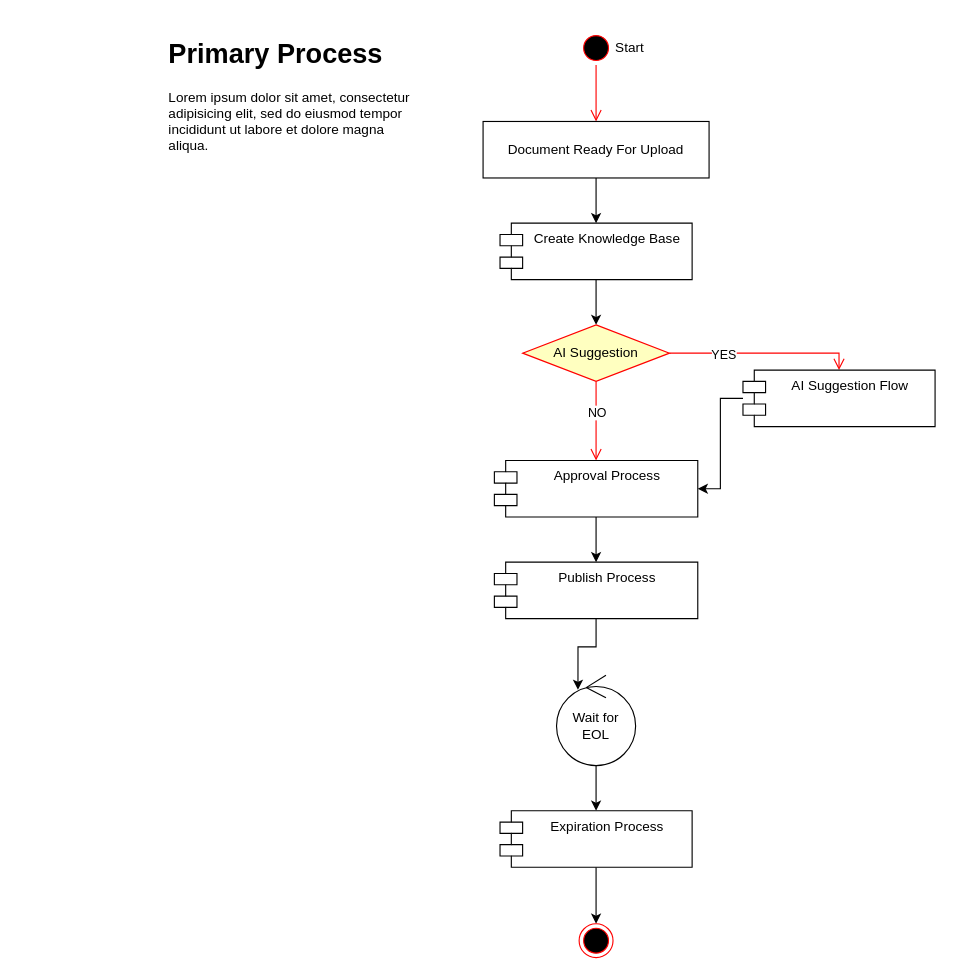
The draw.io diagram AtlasDesign.drawio in vignesh989/Playing_It_Cool, before the edit. Source tidied: cells renumbered, new cells numbered last; positions are measured from the earlier drawing's top-left corner, leaving out a move shared by most shapes. Both pictures are drawn from the tidied source at 113%, with x=0, y=0 at pixel (166, 31).
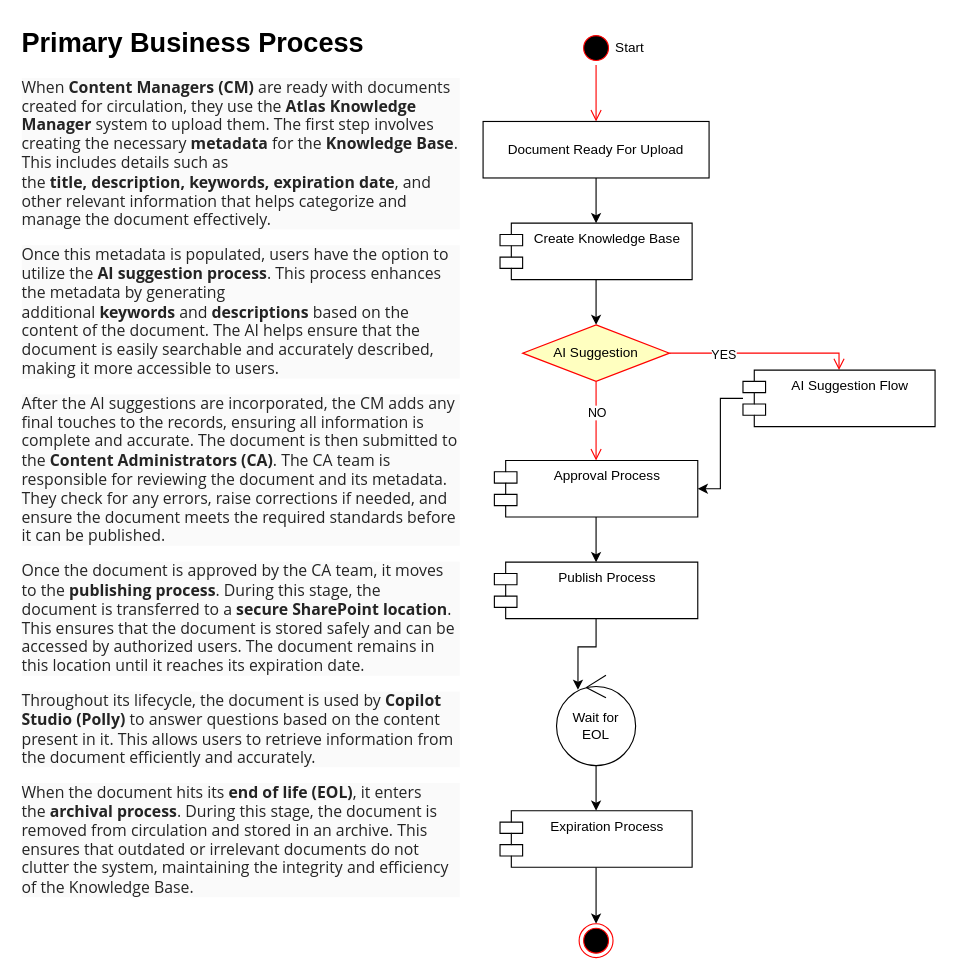
Above is the later version.

Change to the diagram source:
```diff
@@
-    <mxCell id="25" value="&lt;h1 style=&quot;margin-top: 0px;&quot;&gt;Primary Process&lt;/h1&gt;&lt;p&gt;Lorem ipsum dolor sit amet, consectetur adipisicing elit, sed do eiusmod tempor incididunt ut labore et dolore magna aliqua.&lt;/p&gt;" style="text;html=1;whiteSpace=wrap;overflow=hidden;rounded=0;" parent="1" vertex="1">
-      <mxGeometry width="230" height="120" as="geometry" />
+    <mxCell id="25" value="&lt;h1 style=&quot;margin-top: 0px;&quot;&gt;Primary Business Process&lt;/h1&gt;&lt;p style=&quot;margin: 0px 0px 1em; overflow-wrap: break-word; color: rgb(36, 36, 36); font-family: &amp;quot;Segoe UI&amp;quot;, &amp;quot;Segoe UI Web (West European)&amp;quot;, -apple-system, BlinkMacSystemFont, Roboto, &amp;quot;Helvetica Neue&amp;quot;, sans-serif; font-size: 14px; background-color: rgb(250, 250, 250);&quot;&gt;When&amp;nbsp;&lt;b&gt;Content Managers (CM)&lt;/b&gt;&amp;nbsp;are ready with documents created for circulation, they use the&amp;nbsp;&lt;b&gt;Atlas Knowledge Manager&amp;nbsp;&lt;/b&gt;&lt;span style=&quot;font-weight: var(--fontWeightSemibold);&quot;&gt;system&lt;/span&gt;&amp;nbsp;to upload them. The first step involves creating the necessary&amp;nbsp;&lt;b&gt;metadata&amp;nbsp;&lt;/b&gt;for the&amp;nbsp;&lt;b&gt;Knowledge Base&lt;/b&gt;. This includes details such as the&amp;nbsp;&lt;b&gt;title,&amp;nbsp;description,&amp;nbsp;keywords,&amp;nbsp;expiration date&lt;/b&gt;, and other relevant information that helps categorize and manage the document effectively.&lt;/p&gt;&lt;p style=&quot;margin: 0px 0px 1em; overflow-wrap: break-word; color: rgb(36, 36, 36); font-family: &amp;quot;Segoe UI&amp;quot;, &amp;quot;Segoe UI Web (West European)&amp;quot;, -apple-system, BlinkMacSystemFont, Roboto, &amp;quot;Helvetica Neue&amp;quot;, sans-serif; font-size: 14px; background-color: rgb(250, 250, 250);&quot;&gt;Once this metadata is populated, users have the option to utilize the&amp;nbsp;&lt;b&gt;AI suggestion process&lt;/b&gt;. This process enhances the metadata by generating additional&amp;nbsp;&lt;b&gt;keywords&amp;nbsp;&lt;/b&gt;and&amp;nbsp;&lt;b&gt;descriptions&amp;nbsp;&lt;/b&gt;based on the content of the document. The AI helps ensure that the document is easily searchable and accurately described, making it more accessible to users.&lt;/p&gt;&lt;p style=&quot;margin: 0px 0px 1em; overflow-wrap: break-word; color: rgb(36, 36, 36); font-family: &amp;quot;Segoe UI&amp;quot;, &amp;quot;Segoe UI Web (West European)&amp;quot;, -apple-system, BlinkMacSystemFont, Roboto, &amp;quot;Helvetica Neue&amp;quot;, sans-serif; font-size: 14px; background-color: rgb(250, 250, 250);&quot;&gt;After the AI suggestions are incorporated, the CM adds any final touches to the records, ensuring all information is complete and accurate. The document is then submitted to the&amp;nbsp;&lt;b&gt;Content Administrators (CA)&lt;/b&gt;. The CA team is responsible for reviewing the document and its metadata. They check for any errors, raise corrections if needed, and ensure the document meets the required standards before it can be published.&lt;/p&gt;&lt;p style=&quot;margin: 0px 0px 1em; overflow-wrap: break-word; color: rgb(36, 36, 36); font-family: &amp;quot;Segoe UI&amp;quot;, &amp;quot;Segoe UI Web (West European)&amp;quot;, -apple-system, BlinkMacSystemFont, Roboto, &amp;quot;Helvetica Neue&amp;quot;, sans-serif; font-size: 14px; background-color: rgb(250, 250, 250);&quot;&gt;Once the document is approved by the CA team, it moves to the&amp;nbsp;&lt;b&gt;publishing process&lt;/b&gt;. During this stage, the document is transferred to a&amp;nbsp;&lt;b&gt;secure SharePoint location&lt;/b&gt;. This ensures that the document is stored safely and can be accessed by authorized users. The document remains in this location until it reaches its&amp;nbsp;&lt;span style=&quot;font-weight: var(--fontWeightSemibold);&quot;&gt;expiration date&lt;/span&gt;.&lt;/p&gt;&lt;p style=&quot;margin: 0px 0px 1em; overflow-wrap: break-word; color: rgb(36, 36, 36); font-family: &amp;quot;Segoe UI&amp;quot;, &amp;quot;Segoe UI Web (West European)&amp;quot;, -apple-system, BlinkMacSystemFont, Roboto, &amp;quot;Helvetica Neue&amp;quot;, sans-serif; font-size: 14px; background-color: rgb(250, 250, 250);&quot;&gt;Throughout its lifecycle, the document is used by&amp;nbsp;&lt;b&gt;Copilot Studio (Polly)&lt;/b&gt;&amp;nbsp;to answer questions based on the content present in it. This allows users to retrieve information from the document efficiently and accurately.&lt;/p&gt;&lt;p style=&quot;margin: 0px 0px 1em; overflow-wrap: break-word; color: rgb(36, 36, 36); font-family: &amp;quot;Segoe UI&amp;quot;, &amp;quot;Segoe UI Web (West European)&amp;quot;, -apple-system, BlinkMacSystemFont, Roboto, &amp;quot;Helvetica Neue&amp;quot;, sans-serif; font-size: 14px; background-color: rgb(250, 250, 250);&quot;&gt;When the document hits its&amp;nbsp;&lt;b&gt;end of life (EOL)&lt;/b&gt;, it enters the&amp;nbsp;&lt;b&gt;archival process&lt;/b&gt;. During this stage, the document is removed from circulation and stored in an archive. This ensures that outdated or irrelevant documents do not clutter the system, maintaining the integrity and efficiency of the Knowledge Base.&lt;/p&gt;" style="text;html=1;whiteSpace=wrap;overflow=hidden;rounded=0;" parent="1" vertex="1">
+      <mxGeometry x="-130" y="-10" width="390" height="820" as="geometry" />
     </mxCell>
```
